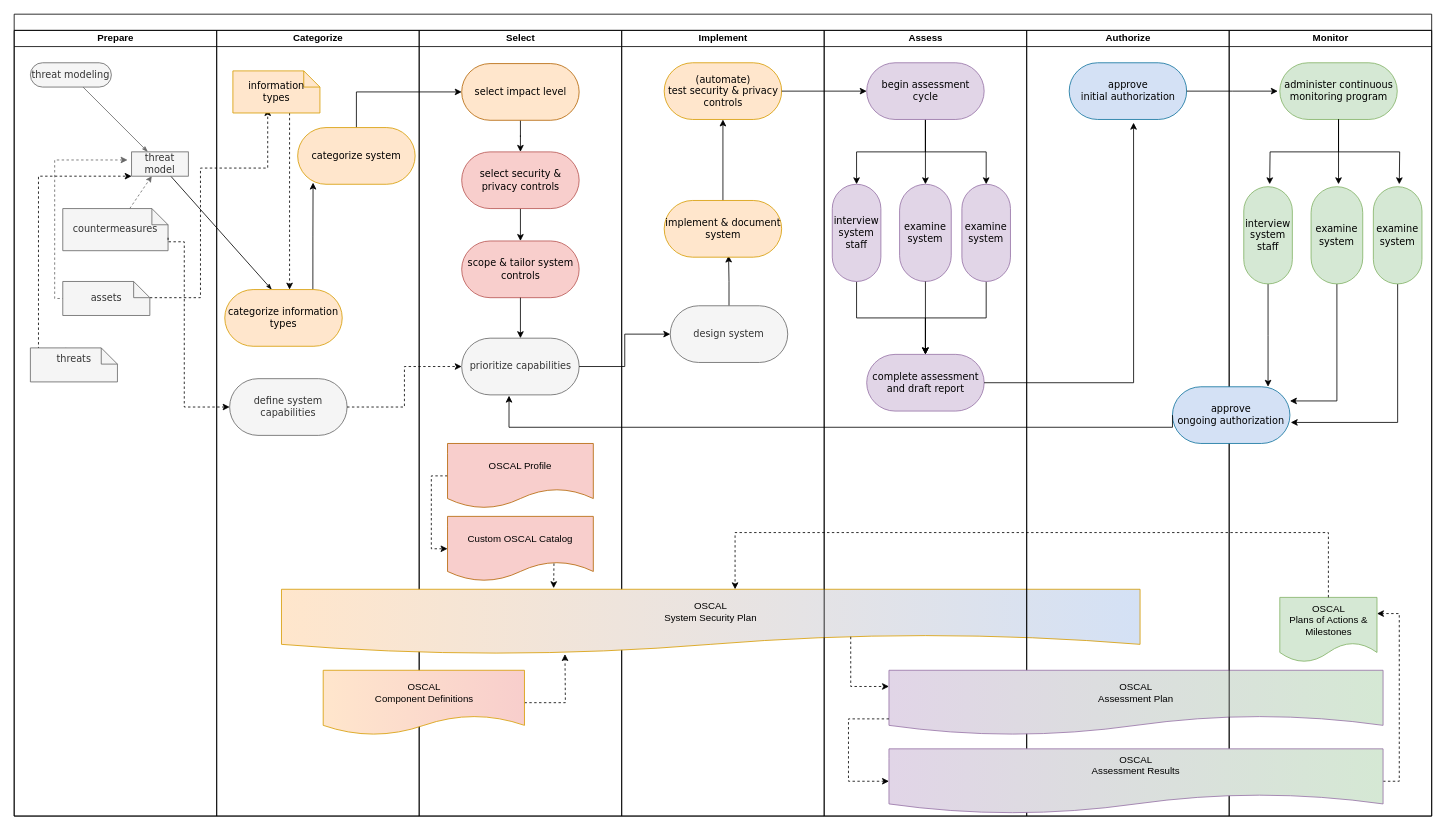
This is diagramming/OSCAL_DevSecOps.drawio from aj-stein/notebook, a draw.io file, before an edit. Source tidied: cells renumbered, new cells numbered last; positions are measured from the earlier drawing's top-left corner, leaving out a move shared by most shapes. Both pictures are drawn from the tidied source at 81%, with x=0, y=0 at pixel (14, 14).
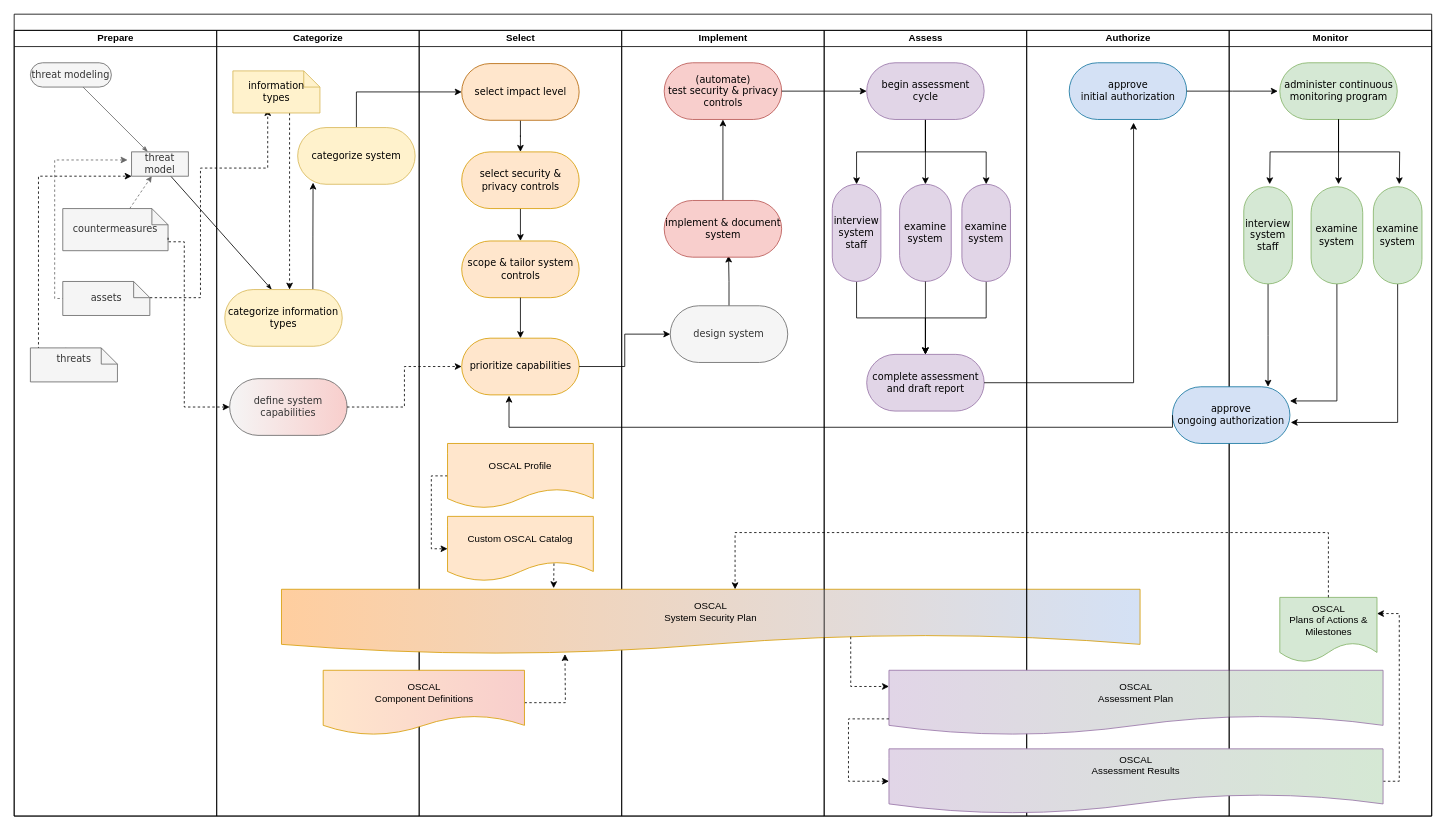
The same page after the edit.

Commit message:
Update color scheme.

Unchanged cells that the change refers to:
```xml
<mxCell id="16" value="Categorize" style="swimlane;html=1;startSize=20;fillColor=none;" parent="2" vertex="1">
  <mxGeometry x="250" y="20" width="250" height="970" as="geometry" />
</mxCell>
<mxCell id="25" value="Select" style="swimlane;html=1;startSize=20;fillColor=none;" parent="2" vertex="1">
  <mxGeometry x="500" y="20" width="250" height="970" as="geometry" />
</mxCell>
<mxCell id="36" value="Implement" style="swimlane;html=1;startSize=20;fillColor=none;" parent="1" vertex="1">
  <mxGeometry x="750" y="20" width="250" height="970" as="geometry" />
</mxCell>
```

The edit, as a diff of the source:
```diff
@@
-    <mxCell id="18" value="categorize information types" style="rounded=1;whiteSpace=wrap;html=1;shadow=0;comic=0;labelBackgroundColor=none;strokeWidth=1;fontFamily=Verdana;fontSize=12;align=center;arcSize=50;fillColor=#FFE6CC;strokeColor=#d79b00;" parent="16" vertex="1">
+    <mxCell id="18" value="categorize information types" style="rounded=1;whiteSpace=wrap;html=1;shadow=0;comic=0;labelBackgroundColor=none;strokeWidth=1;fontFamily=Verdana;fontSize=12;align=center;arcSize=50;fillColor=#fff2cc;strokeColor=#d6b656;" parent="16" vertex="1">
       <mxGeometry x="10" y="320" width="145" height="70" as="geometry" />
     </mxCell>
@@
-    <mxCell id="20" value="information types" style="shape=note;whiteSpace=wrap;html=1;rounded=0;shadow=0;comic=0;labelBackgroundColor=none;strokeWidth=1;fontFamily=Verdana;fontSize=12;align=center;size=20;fillColor=#FFE6CC;strokeColor=#d79b00;" parent="16" vertex="1">
+    <mxCell id="20" value="information types" style="shape=note;whiteSpace=wrap;html=1;rounded=0;shadow=0;comic=0;labelBackgroundColor=none;strokeWidth=1;fontFamily=Verdana;fontSize=12;align=center;size=20;fillColor=#fff2cc;strokeColor=#d6b656;" parent="16" vertex="1">
       <mxGeometry x="20" y="50" width="107.5" height="52" as="geometry" />
     </mxCell>
-    <mxCell id="21" value="categorize system" style="rounded=1;whiteSpace=wrap;html=1;shadow=0;comic=0;labelBackgroundColor=none;strokeWidth=1;fontFamily=Verdana;fontSize=12;align=center;arcSize=50;fillColor=#FFE6CC;strokeColor=#d79b00;" parent="16" vertex="1">
+    <mxCell id="21" value="categorize system" style="rounded=1;whiteSpace=wrap;html=1;shadow=0;comic=0;labelBackgroundColor=none;strokeWidth=1;fontFamily=Verdana;fontSize=12;align=center;arcSize=50;fillColor=#fff2cc;strokeColor=#d6b656;" parent="16" vertex="1">
       <mxGeometry x="100" y="120" width="145" height="70" as="geometry" />
     </mxCell>
-    <mxCell id="22" value="define system capabilities" style="rounded=1;whiteSpace=wrap;html=1;shadow=0;comic=0;labelBackgroundColor=none;strokeWidth=1;fontFamily=Verdana;fontSize=12;align=center;arcSize=50;fillColor=#f5f5f5;fontColor=#333333;strokeColor=#666666;" parent="16" vertex="1">
+    <mxCell id="22" value="define system capabilities" style="rounded=1;whiteSpace=wrap;html=1;shadow=0;comic=0;labelBackgroundColor=none;strokeWidth=1;fontFamily=Verdana;fontSize=12;align=center;arcSize=50;fillColor=#f5f5f5;fontColor=#333333;strokeColor=#666666;gradientColor=#F8CECC;gradientDirection=east;" parent="16" vertex="1">
       <mxGeometry x="16" y="430" width="145" height="70" as="geometry" />
     </mxCell>
@@
-    <mxCell id="29" value="select security &amp;amp; privacy controls" style="rounded=1;whiteSpace=wrap;html=1;shadow=0;comic=0;labelBackgroundColor=none;strokeWidth=1;fontFamily=Verdana;fontSize=12;align=center;arcSize=50;fillColor=#f8cecc;strokeColor=#b85450;" parent="25" vertex="1">
+    <mxCell id="29" value="select security &amp;amp; privacy controls" style="rounded=1;whiteSpace=wrap;html=1;shadow=0;comic=0;labelBackgroundColor=none;strokeWidth=1;fontFamily=Verdana;fontSize=12;align=center;arcSize=50;fillColor=#ffe6cc;strokeColor=#d79b00;" parent="25" vertex="1">
       <mxGeometry x="52.5" y="150" width="145" height="70" as="geometry" />
     </mxCell>
-    <mxCell id="30" value="scope &amp;amp; tailor system controls" style="rounded=1;whiteSpace=wrap;html=1;shadow=0;comic=0;labelBackgroundColor=none;strokeWidth=1;fontFamily=Verdana;fontSize=12;align=center;arcSize=50;fillColor=#f8cecc;strokeColor=#b85450;" parent="25" vertex="1">
+    <mxCell id="30" value="scope &amp;amp; tailor system controls" style="rounded=1;whiteSpace=wrap;html=1;shadow=0;comic=0;labelBackgroundColor=none;strokeWidth=1;fontFamily=Verdana;fontSize=12;align=center;arcSize=50;fillColor=#ffe6cc;strokeColor=#d79b00;" parent="25" vertex="1">
       <mxGeometry x="52.5" y="260" width="145" height="70" as="geometry" />
     </mxCell>
-    <mxCell id="31" value="prioritize capabilities" style="rounded=1;whiteSpace=wrap;html=1;shadow=0;comic=0;labelBackgroundColor=none;strokeWidth=1;fontFamily=Verdana;fontSize=12;align=center;arcSize=50;fillColor=#f5f5f5;fontColor=#333333;strokeColor=#666666;" parent="25" vertex="1">
+    <mxCell id="31" value="prioritize capabilities" style="rounded=1;whiteSpace=wrap;html=1;shadow=0;comic=0;labelBackgroundColor=none;strokeWidth=1;fontFamily=Verdana;fontSize=12;align=center;arcSize=50;fillColor=#ffe6cc;strokeColor=#d79b00;" parent="25" vertex="1">
       <mxGeometry x="52.5" y="380" width="145" height="70" as="geometry" />
     </mxCell>
@@
-    <mxCell id="34" value="OSCAL Profile" style="shape=document;whiteSpace=wrap;html=1;boundedLbl=1;fillColor=#F8CECC;strokeColor=#b46504;gradientColor=none;gradientDirection=east;" parent="25" vertex="1">
+    <mxCell id="34" value="OSCAL Profile" style="shape=document;whiteSpace=wrap;html=1;boundedLbl=1;fillColor=#ffe6cc;strokeColor=#d79b00;gradientDirection=east;" parent="25" vertex="1">
       <mxGeometry x="35" y="510" width="180" height="80" as="geometry" />
     </mxCell>
-    <mxCell id="35" value="Custom OSCAL Catalog" style="shape=document;whiteSpace=wrap;html=1;boundedLbl=1;fillColor=#F8CECC;strokeColor=#b46504;gradientColor=none;gradientDirection=east;" parent="25" vertex="1">
+    <mxCell id="35" value="Custom OSCAL Catalog" style="shape=document;whiteSpace=wrap;html=1;boundedLbl=1;fillColor=#ffe6cc;strokeColor=#d79b00;gradientDirection=east;" parent="25" vertex="1">
       <mxGeometry x="35" y="600" width="180" height="80" as="geometry" />
     </mxCell>
@@
-    <mxCell id="40" value="implement &amp;amp; document system" style="rounded=1;whiteSpace=wrap;html=1;shadow=0;comic=0;labelBackgroundColor=none;strokeWidth=1;fontFamily=Verdana;fontSize=12;align=center;arcSize=50;fillColor=#FFE6CC;strokeColor=#d79b00;" parent="36" vertex="1">
+    <mxCell id="40" value="implement &amp;amp; document system" style="rounded=1;whiteSpace=wrap;html=1;shadow=0;comic=0;labelBackgroundColor=none;strokeWidth=1;fontFamily=Verdana;fontSize=12;align=center;arcSize=50;fillColor=#f8cecc;strokeColor=#b85450;" parent="36" vertex="1">
       <mxGeometry x="52.5" y="210" width="145" height="70" as="geometry" />
     </mxCell>
-    <mxCell id="41" value="&lt;div&gt;(automate)&lt;/div&gt;&lt;div&gt;test security &amp;amp; privacy controls&lt;/div&gt;" style="rounded=1;whiteSpace=wrap;html=1;shadow=0;comic=0;labelBackgroundColor=none;strokeWidth=1;fontFamily=Verdana;fontSize=12;align=center;arcSize=50;fillColor=#FFE6CC;strokeColor=#d79b00;" parent="36" vertex="1">
+    <mxCell id="41" value="&lt;div&gt;(automate)&lt;/div&gt;&lt;div&gt;test security &amp;amp; privacy controls&lt;/div&gt;" style="rounded=1;whiteSpace=wrap;html=1;shadow=0;comic=0;labelBackgroundColor=none;strokeWidth=1;fontFamily=Verdana;fontSize=12;align=center;arcSize=50;fillColor=#f8cecc;strokeColor=#b85450;" parent="36" vertex="1">
       <mxGeometry x="52.5" y="40" width="145" height="70" as="geometry" />
     </mxCell>
-    <mxCell id="42" value="&lt;div&gt;OSCAL&lt;br&gt;&lt;/div&gt;&lt;div&gt;System Security Plan&lt;/div&gt;" style="shape=document;whiteSpace=wrap;html=1;boundedLbl=1;fillColor=#FFE6CC;strokeColor=#d79b00;gradientColor=#D4E1F5;gradientDirection=east;" parent="36" vertex="1">
+    <mxCell id="42" value="&lt;div&gt;OSCAL&lt;br&gt;&lt;/div&gt;&lt;div&gt;System Security Plan&lt;/div&gt;" style="shape=document;whiteSpace=wrap;html=1;boundedLbl=1;fillColor=#FFCE9F;strokeColor=#d79b00;gradientColor=#D4E1F5;gradientDirection=east;" parent="36" vertex="1">
       <mxGeometry x="-420" y="690" width="1060" height="80" as="geometry" />
     </mxCell>
```
